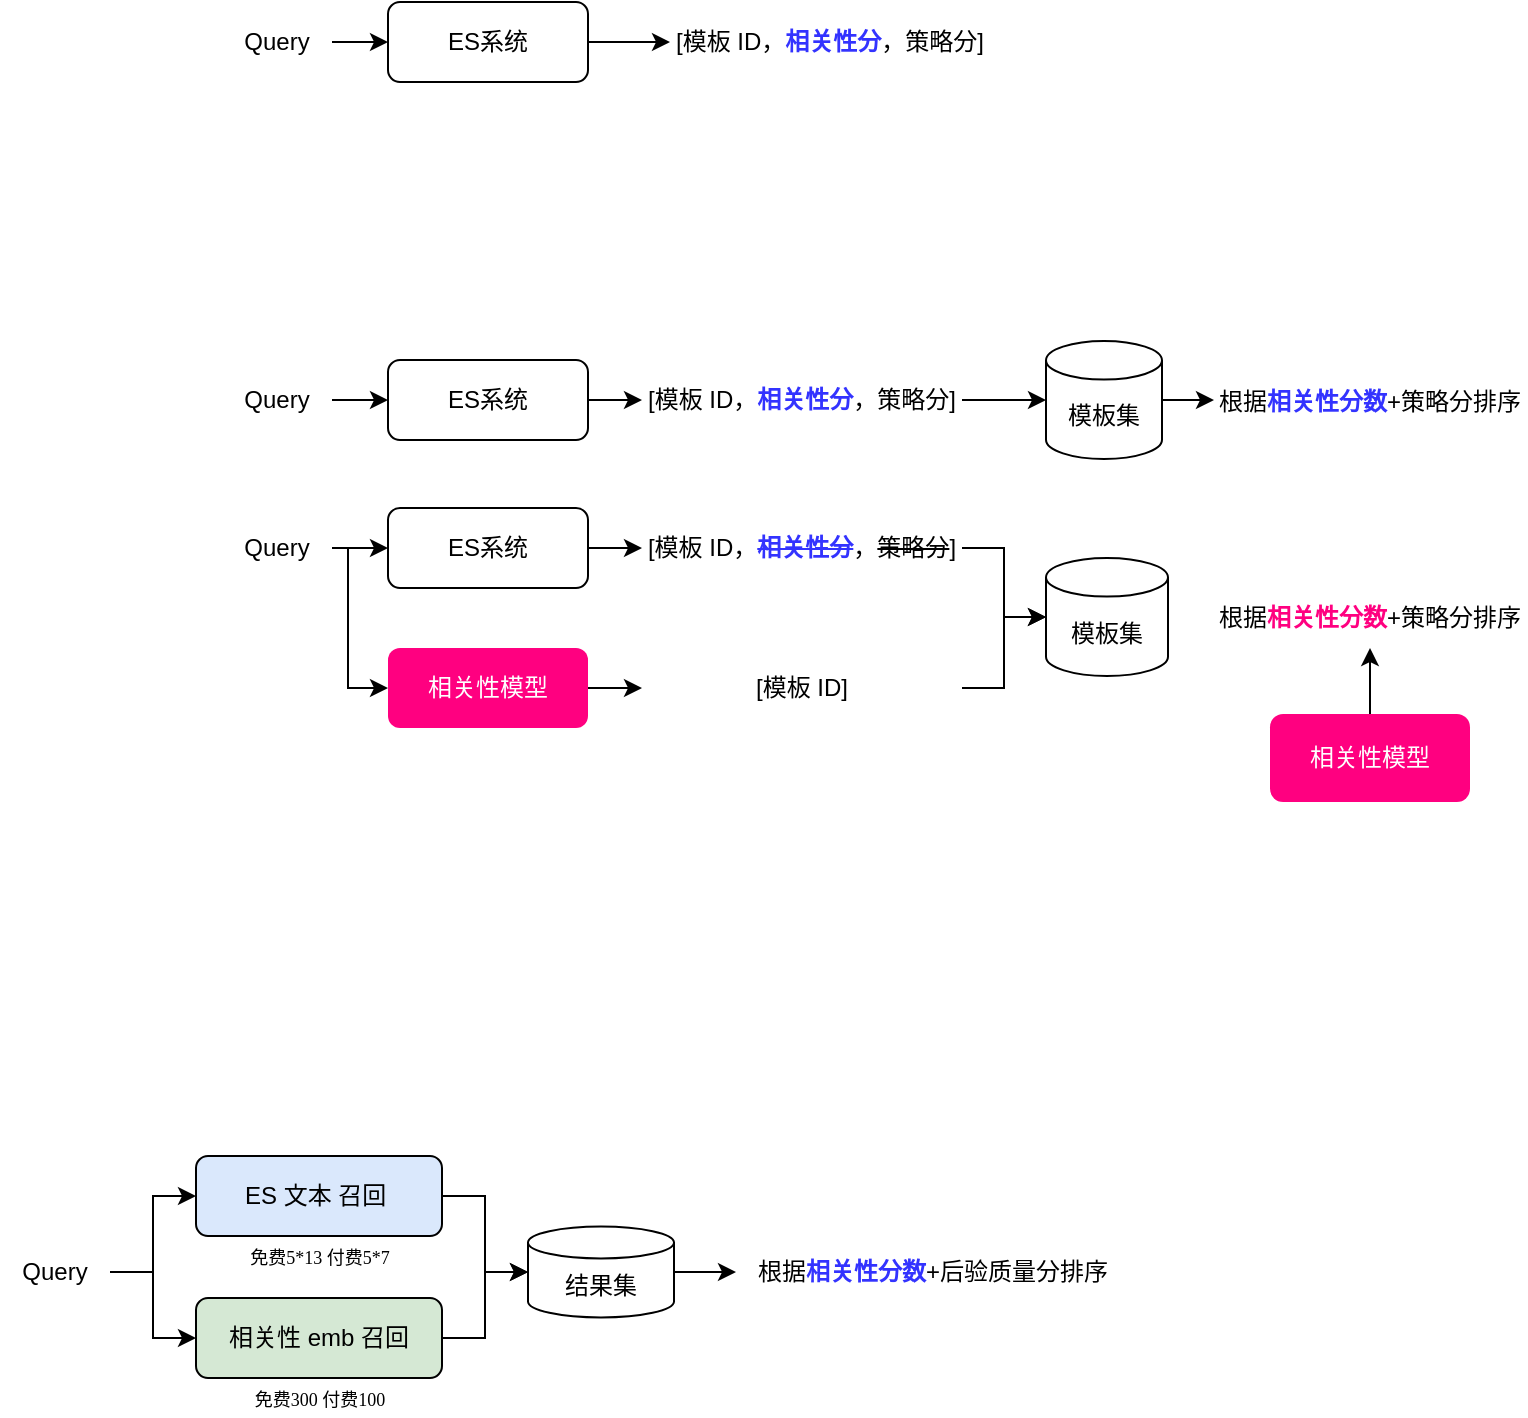
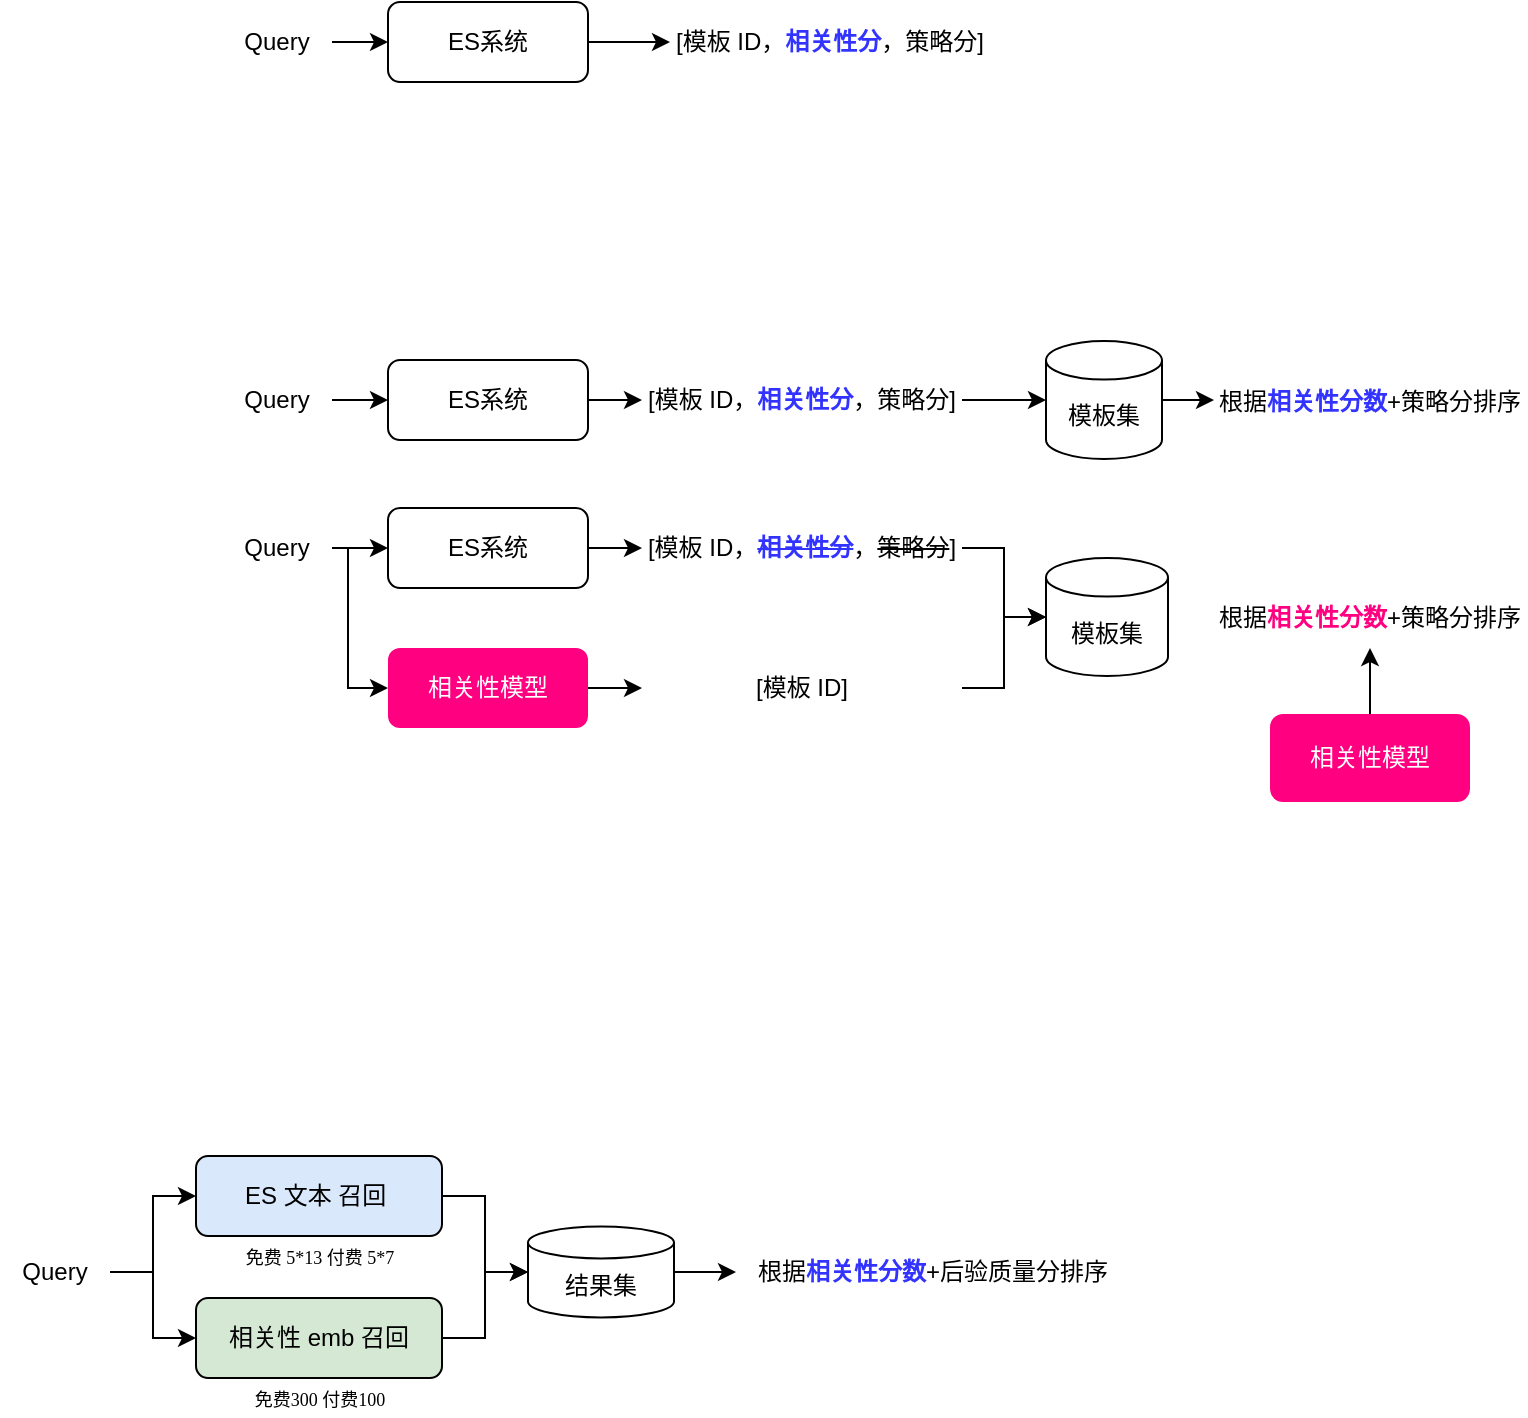
<mxfile host="app.diagrams.net" agent="Mozilla/5.0 (Macintosh; Intel Mac OS X 10_15_7) AppleWebKit/537.36 (KHTML, like Gecko) Chrome/144.0.0.0 Safari/537.36">
  <diagram name="第 1 页" id="uyMwIPwE8jGqM493bscI">
    <mxGraphModel dx="873" dy="504" grid="0" gridSize="10" guides="1" tooltips="1" connect="1" arrows="1" fold="1" page="0" pageScale="1" pageWidth="827" pageHeight="1169" math="0" shadow="0">
      <root>
        <mxCell id="0" />
        <mxCell id="1" parent="0" />
        <mxCell id="O6CiZJdHcVNpomKDh7BP-5" edge="1" parent="1" source="O6CiZJdHcVNpomKDh7BP-1" style="edgeStyle=orthogonalEdgeStyle;rounded=0;orthogonalLoop=1;jettySize=auto;html=1;" target="O6CiZJdHcVNpomKDh7BP-4" value="">
          <mxGeometry relative="1" as="geometry" />
        </mxCell>
        <mxCell id="O6CiZJdHcVNpomKDh7BP-1" parent="1" style="rounded=1;whiteSpace=wrap;html=1;" value="ES系统" vertex="1">
          <mxGeometry height="40" width="100" x="239" y="200" as="geometry" />
        </mxCell>
        <mxCell id="O6CiZJdHcVNpomKDh7BP-3" edge="1" parent="1" source="O6CiZJdHcVNpomKDh7BP-2" style="edgeStyle=orthogonalEdgeStyle;rounded=0;orthogonalLoop=1;jettySize=auto;html=1;" target="O6CiZJdHcVNpomKDh7BP-1" value="">
          <mxGeometry relative="1" as="geometry" />
        </mxCell>
        <mxCell id="O6CiZJdHcVNpomKDh7BP-2" parent="1" style="text;html=1;whiteSpace=wrap;strokeColor=none;fillColor=none;align=center;verticalAlign=middle;rounded=0;" value="Query" vertex="1">
          <mxGeometry height="30" width="55" x="156" y="205" as="geometry" />
        </mxCell>
        <mxCell id="O6CiZJdHcVNpomKDh7BP-4" parent="1" style="text;html=1;whiteSpace=wrap;strokeColor=none;fillColor=none;align=center;verticalAlign=middle;rounded=0;" value="[模板 ID，&lt;font style=&quot;color: rgb(51, 51, 255);&quot;&gt;&lt;b&gt;相关性分&lt;/b&gt;&lt;/font&gt;，策略分]" vertex="1">
          <mxGeometry height="30" width="160" x="380" y="205" as="geometry" />
        </mxCell>
        <mxCell id="O6CiZJdHcVNpomKDh7BP-6" edge="1" parent="1" source="O6CiZJdHcVNpomKDh7BP-7" style="edgeStyle=orthogonalEdgeStyle;rounded=0;orthogonalLoop=1;jettySize=auto;html=1;" target="O6CiZJdHcVNpomKDh7BP-10" value="">
          <mxGeometry relative="1" as="geometry" />
        </mxCell>
        <mxCell id="O6CiZJdHcVNpomKDh7BP-7" parent="1" style="rounded=1;whiteSpace=wrap;html=1;" value="ES系统" vertex="1">
          <mxGeometry height="40" width="100" x="239" y="379" as="geometry" />
        </mxCell>
        <mxCell id="O6CiZJdHcVNpomKDh7BP-8" edge="1" parent="1" source="O6CiZJdHcVNpomKDh7BP-9" style="edgeStyle=orthogonalEdgeStyle;rounded=0;orthogonalLoop=1;jettySize=auto;html=1;" target="O6CiZJdHcVNpomKDh7BP-7" value="">
          <mxGeometry relative="1" as="geometry" />
        </mxCell>
        <mxCell id="O6CiZJdHcVNpomKDh7BP-9" parent="1" style="text;html=1;whiteSpace=wrap;strokeColor=none;fillColor=none;align=center;verticalAlign=middle;rounded=0;" value="Query" vertex="1">
          <mxGeometry height="30" width="55" x="156" y="384" as="geometry" />
        </mxCell>
        <mxCell id="O6CiZJdHcVNpomKDh7BP-28" edge="1" parent="1" source="O6CiZJdHcVNpomKDh7BP-10" style="edgeStyle=orthogonalEdgeStyle;rounded=0;orthogonalLoop=1;jettySize=auto;html=1;exitX=1;exitY=0.5;exitDx=0;exitDy=0;" target="O6CiZJdHcVNpomKDh7BP-27">
          <mxGeometry relative="1" as="geometry" />
        </mxCell>
        <mxCell id="O6CiZJdHcVNpomKDh7BP-10" parent="1" style="text;html=1;whiteSpace=wrap;strokeColor=none;fillColor=none;align=center;verticalAlign=middle;rounded=0;" value="[模板 ID，&lt;font style=&quot;color: rgb(51, 51, 255);&quot;&gt;&lt;b&gt;相关性分&lt;/b&gt;&lt;/font&gt;，策略分]" vertex="1">
          <mxGeometry height="30" width="160" x="366" y="384" as="geometry" />
        </mxCell>
        <mxCell id="O6CiZJdHcVNpomKDh7BP-14" edge="1" parent="1" source="O6CiZJdHcVNpomKDh7BP-11" style="edgeStyle=orthogonalEdgeStyle;rounded=0;orthogonalLoop=1;jettySize=auto;html=1;" target="O6CiZJdHcVNpomKDh7BP-12" value="">
          <mxGeometry relative="1" as="geometry" />
        </mxCell>
        <mxCell id="O6CiZJdHcVNpomKDh7BP-15" edge="1" parent="1" source="O6CiZJdHcVNpomKDh7BP-11" style="edgeStyle=orthogonalEdgeStyle;rounded=0;orthogonalLoop=1;jettySize=auto;html=1;exitX=1;exitY=0.5;exitDx=0;exitDy=0;entryX=0;entryY=0.5;entryDx=0;entryDy=0;" target="O6CiZJdHcVNpomKDh7BP-18">
          <mxGeometry relative="1" as="geometry">
            <Array as="points">
              <mxPoint x="219" y="473" />
              <mxPoint x="219" y="543" />
              <mxPoint x="239" y="543" />
            </Array>
            <mxPoint x="239" y="543" as="targetPoint" />
          </mxGeometry>
        </mxCell>
        <mxCell id="O6CiZJdHcVNpomKDh7BP-11" parent="1" style="text;html=1;whiteSpace=wrap;strokeColor=none;fillColor=none;align=center;verticalAlign=middle;rounded=0;" value="Query" vertex="1">
          <mxGeometry height="30" width="55" x="156" y="458" as="geometry" />
        </mxCell>
        <mxCell id="O6CiZJdHcVNpomKDh7BP-17" edge="1" parent="1" source="O6CiZJdHcVNpomKDh7BP-12" style="edgeStyle=orthogonalEdgeStyle;rounded=0;orthogonalLoop=1;jettySize=auto;html=1;exitX=1;exitY=0.5;exitDx=0;exitDy=0;entryX=0;entryY=0.5;entryDx=0;entryDy=0;" target="O6CiZJdHcVNpomKDh7BP-16">
          <mxGeometry relative="1" as="geometry" />
        </mxCell>
        <mxCell id="O6CiZJdHcVNpomKDh7BP-12" parent="1" style="rounded=1;whiteSpace=wrap;html=1;" value="ES系统" vertex="1">
          <mxGeometry height="40" width="100" x="239" y="453" as="geometry" />
        </mxCell>
        <mxCell id="O6CiZJdHcVNpomKDh7BP-24" edge="1" parent="1" source="O6CiZJdHcVNpomKDh7BP-16" style="edgeStyle=orthogonalEdgeStyle;rounded=0;orthogonalLoop=1;jettySize=auto;html=1;exitX=1;exitY=0.5;exitDx=0;exitDy=0;" target="O6CiZJdHcVNpomKDh7BP-23">
          <mxGeometry relative="1" as="geometry" />
        </mxCell>
        <mxCell id="O6CiZJdHcVNpomKDh7BP-16" parent="1" style="text;html=1;whiteSpace=wrap;strokeColor=none;fillColor=none;align=center;verticalAlign=middle;rounded=0;" value="[模板 ID，&lt;font style=&quot;color: rgb(51, 51, 255);&quot;&gt;&lt;b&gt;&lt;strike&gt;相关性分&lt;/strike&gt;&lt;/b&gt;&lt;/font&gt;，&lt;strike&gt;策略分&lt;/strike&gt;]" vertex="1">
          <mxGeometry height="30" width="160" x="366" y="458" as="geometry" />
        </mxCell>
        <mxCell id="O6CiZJdHcVNpomKDh7BP-20" edge="1" parent="1" source="O6CiZJdHcVNpomKDh7BP-18" style="edgeStyle=orthogonalEdgeStyle;rounded=0;orthogonalLoop=1;jettySize=auto;html=1;" target="O6CiZJdHcVNpomKDh7BP-19">
          <mxGeometry relative="1" as="geometry" />
        </mxCell>
        <mxCell id="O6CiZJdHcVNpomKDh7BP-18" parent="1" style="rounded=1;whiteSpace=wrap;html=1;strokeColor=none;fontColor=#FFFFFF;fillColor=#FF0080;" value="相关性模型" vertex="1">
          <mxGeometry height="40" width="100" x="239" y="523" as="geometry" />
        </mxCell>
        <mxCell id="O6CiZJdHcVNpomKDh7BP-19" parent="1" style="text;html=1;whiteSpace=wrap;strokeColor=none;fillColor=none;align=center;verticalAlign=middle;rounded=0;" value="[模板 ID]" vertex="1">
          <mxGeometry height="30" width="160" x="366" y="528" as="geometry" />
        </mxCell>
        <mxCell id="O6CiZJdHcVNpomKDh7BP-32" edge="1" parent="1" source="O6CiZJdHcVNpomKDh7BP-21" style="edgeStyle=orthogonalEdgeStyle;rounded=0;orthogonalLoop=1;jettySize=auto;html=1;entryX=0.5;entryY=1;entryDx=0;entryDy=0;" target="O6CiZJdHcVNpomKDh7BP-31">
          <mxGeometry relative="1" as="geometry" />
        </mxCell>
        <mxCell id="O6CiZJdHcVNpomKDh7BP-21" parent="1" style="rounded=1;whiteSpace=wrap;html=1;fillColor=#FF0080;strokeColor=none;fontColor=#FFFFFF;" value="相关性模型" vertex="1">
          <mxGeometry height="44" width="100" x="680" y="556" as="geometry" />
        </mxCell>
        <mxCell id="O6CiZJdHcVNpomKDh7BP-23" parent="1" style="shape=cylinder3;whiteSpace=wrap;html=1;boundedLbl=1;backgroundOutline=1;size=9.647058823529392;" value="模板集" vertex="1">
          <mxGeometry height="59" width="61" x="568" y="478" as="geometry" />
        </mxCell>
        <mxCell id="O6CiZJdHcVNpomKDh7BP-26" edge="1" parent="1" source="O6CiZJdHcVNpomKDh7BP-19" style="edgeStyle=orthogonalEdgeStyle;rounded=0;orthogonalLoop=1;jettySize=auto;html=1;exitX=1;exitY=0.5;exitDx=0;exitDy=0;entryX=0;entryY=0.5;entryDx=0;entryDy=0;entryPerimeter=0;" target="O6CiZJdHcVNpomKDh7BP-23">
          <mxGeometry relative="1" as="geometry" />
        </mxCell>
        <mxCell id="O6CiZJdHcVNpomKDh7BP-30" edge="1" parent="1" source="O6CiZJdHcVNpomKDh7BP-27" style="edgeStyle=orthogonalEdgeStyle;rounded=0;orthogonalLoop=1;jettySize=auto;html=1;exitX=1;exitY=0.5;exitDx=0;exitDy=0;exitPerimeter=0;entryX=0;entryY=0.5;entryDx=0;entryDy=0;" target="O6CiZJdHcVNpomKDh7BP-29">
          <mxGeometry relative="1" as="geometry" />
        </mxCell>
        <mxCell id="O6CiZJdHcVNpomKDh7BP-27" parent="1" style="shape=cylinder3;whiteSpace=wrap;html=1;boundedLbl=1;backgroundOutline=1;size=9.647058823529392;" value="模板集" vertex="1">
          <mxGeometry height="59" width="58" x="568" y="369.5" as="geometry" />
        </mxCell>
        <mxCell id="O6CiZJdHcVNpomKDh7BP-29" parent="1" style="text;html=1;whiteSpace=wrap;strokeColor=none;fillColor=none;align=center;verticalAlign=middle;rounded=0;" value="根据&lt;font style=&quot;color: rgb(51, 51, 255);&quot;&gt;&lt;b&gt;相关性分数&lt;/b&gt;&lt;/font&gt;+策略分排序" vertex="1">
          <mxGeometry height="31" width="156" x="652" y="384" as="geometry" />
        </mxCell>
        <mxCell id="O6CiZJdHcVNpomKDh7BP-31" parent="1" style="text;html=1;whiteSpace=wrap;strokeColor=none;fillColor=none;align=center;verticalAlign=middle;rounded=0;" value="根据&lt;font style=&quot;color: rgb(255, 0, 128);&quot;&gt;&lt;b&gt;相关性分数&lt;/b&gt;&lt;/font&gt;+策略分排序" vertex="1">
          <mxGeometry height="31" width="156" x="652" y="492" as="geometry" />
        </mxCell>
        <mxCell id="GK8AZQt4zVpxBLM8WsAE-4" edge="1" parent="1" source="GK8AZQt4zVpxBLM8WsAE-1" style="edgeStyle=orthogonalEdgeStyle;rounded=0;orthogonalLoop=1;jettySize=auto;html=1;entryX=0;entryY=0.5;entryDx=0;entryDy=0;" target="GK8AZQt4zVpxBLM8WsAE-2">
          <mxGeometry relative="1" as="geometry" />
        </mxCell>
        <mxCell id="GK8AZQt4zVpxBLM8WsAE-5" edge="1" parent="1" source="GK8AZQt4zVpxBLM8WsAE-1" style="edgeStyle=orthogonalEdgeStyle;rounded=0;orthogonalLoop=1;jettySize=auto;html=1;exitX=1;exitY=0.5;exitDx=0;exitDy=0;entryX=0;entryY=0.5;entryDx=0;entryDy=0;" target="GK8AZQt4zVpxBLM8WsAE-3">
          <mxGeometry relative="1" as="geometry" />
        </mxCell>
        <mxCell id="GK8AZQt4zVpxBLM8WsAE-1" parent="1" style="text;html=1;whiteSpace=wrap;strokeColor=none;fillColor=none;align=center;verticalAlign=middle;rounded=0;" value="Query" vertex="1">
          <mxGeometry height="30" width="55" x="45" y="820" as="geometry" />
        </mxCell>
        <mxCell id="GK8AZQt4zVpxBLM8WsAE-6" edge="1" parent="1" source="GK8AZQt4zVpxBLM8WsAE-2" style="edgeStyle=orthogonalEdgeStyle;rounded=0;orthogonalLoop=1;jettySize=auto;html=1;exitX=1;exitY=0.5;exitDx=0;exitDy=0;entryX=0;entryY=0.5;entryDx=0;entryDy=0;entryPerimeter=0;" target="GK8AZQt4zVpxBLM8WsAE-9">
          <mxGeometry relative="1" as="geometry">
            <mxPoint x="297" y="832" as="targetPoint" />
          </mxGeometry>
        </mxCell>
        <mxCell id="GK8AZQt4zVpxBLM8WsAE-2" parent="1" style="rounded=1;whiteSpace=wrap;html=1;fillColor=#dae8fc;strokeColor=#000000;" value="ES 文本 召回&lt;span style=&quot;background-color: transparent; color: light-dark(rgb(0, 0, 0), rgb(255, 255, 255));&quot;&gt;&amp;nbsp;&lt;/span&gt;" vertex="1">
          <mxGeometry height="40" width="123" x="143" y="777" as="geometry" />
        </mxCell>
        <mxCell id="GK8AZQt4zVpxBLM8WsAE-7" edge="1" parent="1" source="GK8AZQt4zVpxBLM8WsAE-3" style="edgeStyle=orthogonalEdgeStyle;rounded=0;orthogonalLoop=1;jettySize=auto;html=1;exitX=1;exitY=0.5;exitDx=0;exitDy=0;entryX=0;entryY=0.5;entryDx=0;entryDy=0;entryPerimeter=0;" target="GK8AZQt4zVpxBLM8WsAE-9">
          <mxGeometry relative="1" as="geometry">
            <mxPoint x="283.07142857142867" y="837.7142857142858" as="targetPoint" />
          </mxGeometry>
        </mxCell>
        <mxCell id="GK8AZQt4zVpxBLM8WsAE-3" parent="1" style="rounded=1;whiteSpace=wrap;html=1;fillColor=#d5e8d4;strokeColor=#000000;" value="相关性 emb 召回" vertex="1">
          <mxGeometry height="40" width="123" x="143" y="848" as="geometry" />
        </mxCell>
        <mxCell id="GK8AZQt4zVpxBLM8WsAE-15" edge="1" parent="1" source="GK8AZQt4zVpxBLM8WsAE-9" style="edgeStyle=orthogonalEdgeStyle;rounded=0;orthogonalLoop=1;jettySize=auto;html=1;exitX=1;exitY=0.5;exitDx=0;exitDy=0;exitPerimeter=0;entryX=0;entryY=0.5;entryDx=0;entryDy=0;" target="GK8AZQt4zVpxBLM8WsAE-14">
          <mxGeometry relative="1" as="geometry" />
        </mxCell>
        <mxCell id="GK8AZQt4zVpxBLM8WsAE-9" parent="1" style="shape=cylinder3;whiteSpace=wrap;html=1;boundedLbl=1;backgroundOutline=1;size=8;" value="结果集" vertex="1">
          <mxGeometry height="45.5" width="73" x="309" y="812.25" as="geometry" />
        </mxCell>
        <mxCell id="GK8AZQt4zVpxBLM8WsAE-12" parent="1" style="text;html=1;whiteSpace=wrap;strokeColor=none;fillColor=none;align=center;verticalAlign=middle;rounded=0;fontFamily=宋体;fontSize=9;" value="免费300 付费100" vertex="1">
          <mxGeometry height="16" width="88" x="160.5" y="891" as="geometry" />
        </mxCell>
-         <mxCell id="GK8AZQt4zVpxBLM8WsAE-13" parent="1" style="text;html=1;whiteSpace=wrap;strokeColor=none;fillColor=none;align=center;verticalAlign=middle;rounded=0;fontFamily=宋体;fontSize=9;" value="免费5*13 付费5*7" vertex="1">
+         <mxCell id="GK8AZQt4zVpxBLM8WsAE-13" parent="1" style="text;html=1;whiteSpace=wrap;strokeColor=none;fillColor=none;align=center;verticalAlign=middle;rounded=0;fontFamily=宋体;fontSize=9;" value="免费 5*13 付费 5*7" vertex="1">
          <mxGeometry height="16" width="88" x="160.5" y="820" as="geometry" />
        </mxCell>
        <mxCell id="GK8AZQt4zVpxBLM8WsAE-14" parent="1" style="text;html=1;whiteSpace=wrap;strokeColor=none;fillColor=none;align=center;verticalAlign=middle;rounded=0;" value="根据&lt;font style=&quot;color: rgb(51, 51, 255);&quot;&gt;&lt;b&gt;相关性分数&lt;/b&gt;&lt;/font&gt;+后验质量分排序" vertex="1">
          <mxGeometry height="31" width="197" x="413" y="819" as="geometry" />
        </mxCell>
      </root>
    </mxGraphModel>
  </diagram>
</mxfile>
